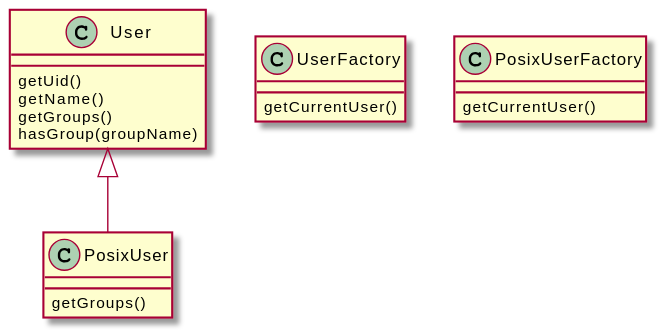
Before: docs/entities.svg, a diagram exported from PlantUML (ilb/posixuserjs).
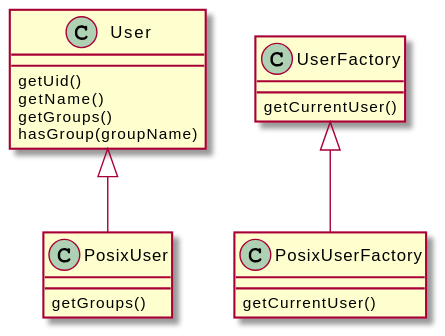
The same file after the commit.

Change to the diagram source:
```diff
@@ -12,9 +12,10 @@
 class UserFactory{
     getCurrentUser()
 }
-class PosixUserFactory{
+class PosixUserFactory {
     getCurrentUser()
 }
 
 User  <|-- PosixUser
+UserFactory  <|-- PosixUserFactory
 @enduml
```
